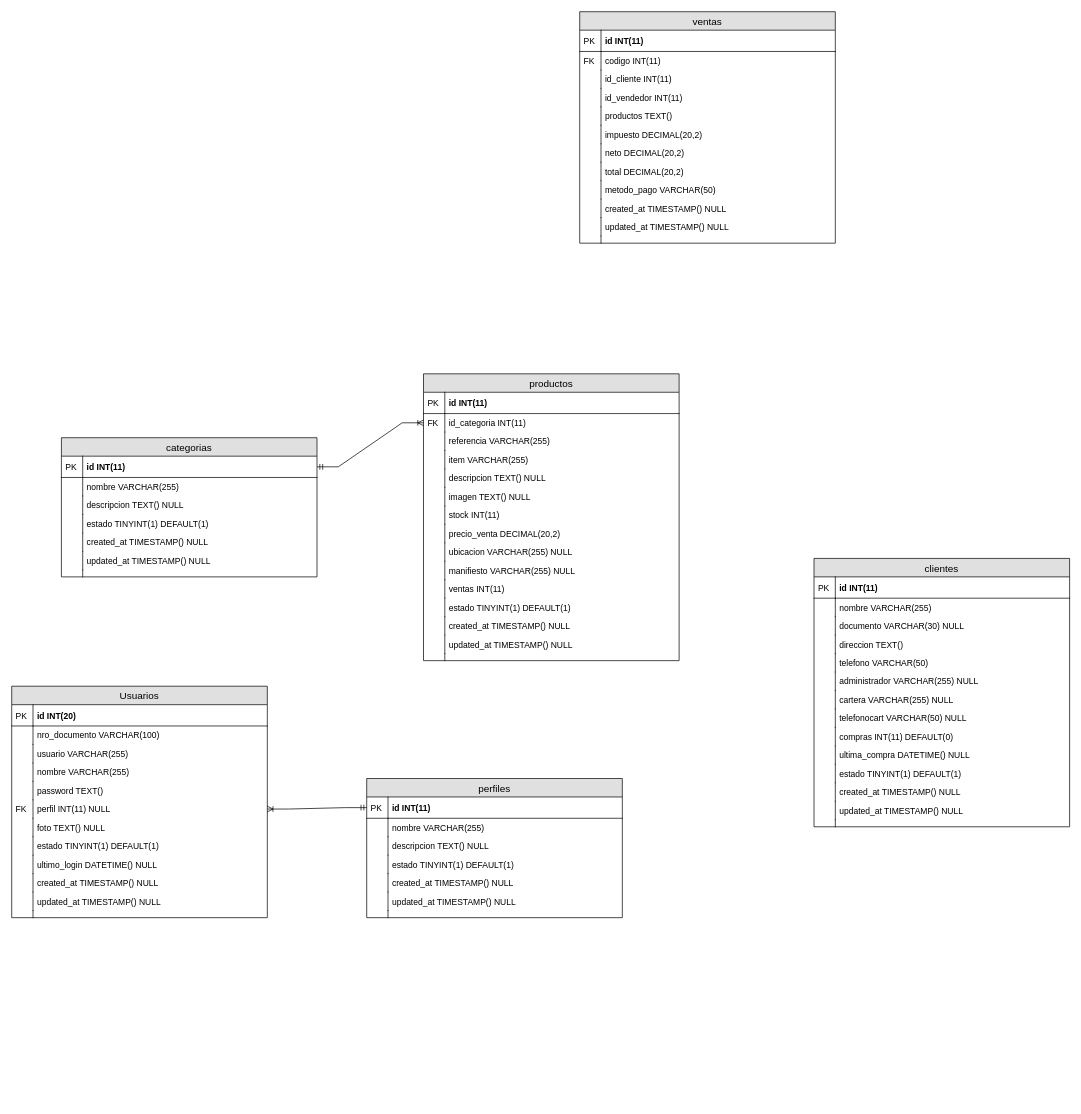
This is assets/db/InventorySystem.drawio from anthourrego/InventorySystem, a draw.io file, before an edit. Source tidied: cells renumbered, new cells numbered last; positions are measured from the earlier drawing's top-left corner, leaving out a move shared by most shapes. Both pictures are drawn from the tidied source at 71%, with x=0, y=0 at pixel (11, 11).
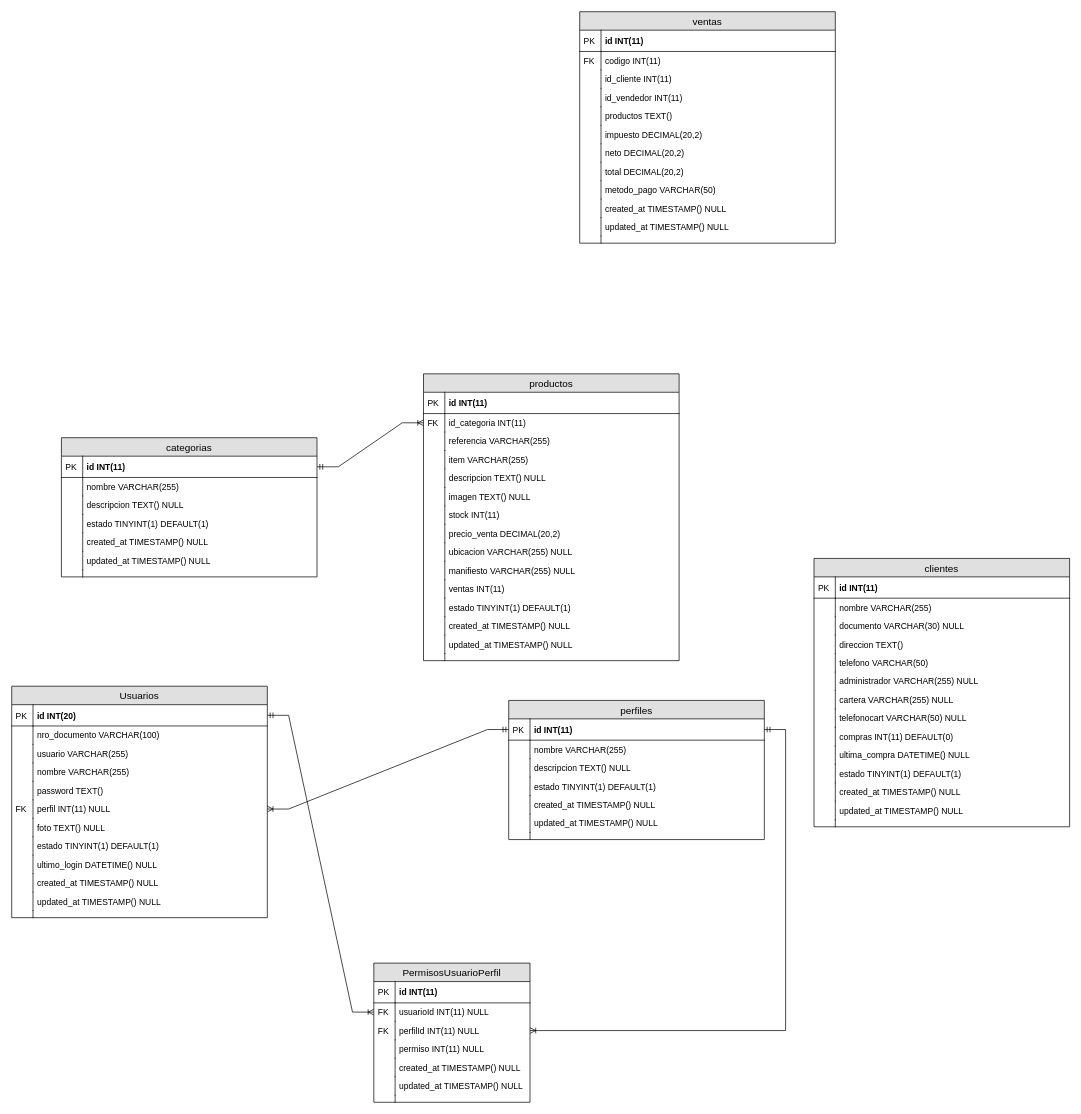
Above is the later version.

Unchanged cells that the change refers to:
```xml
<mxCell id="3" value="id INT(20)" style="shape=partialRectangle;top=0;left=0;right=0;bottom=1;align=left;verticalAlign=middle;fillColor=none;spacingLeft=34;spacingRight=4;overflow=hidden;points=[[0,0.5],[1,0.5]];portConstraint=eastwest;fontStyle=1;fontSize=12;" parent="2" vertex="1">
  <mxGeometry y="26" width="360" height="30" as="geometry" />
</mxCell>
<mxCell id="28" value="id INT(11)" style="shape=partialRectangle;top=0;left=0;right=0;bottom=1;align=left;verticalAlign=middle;fillColor=none;spacingLeft=34;spacingRight=4;overflow=hidden;points=[[0,0.5],[1,0.5]];portConstraint=eastwest;fontStyle=1;fontSize=12;" parent="27" vertex="1">
  <mxGeometry y="26" width="360" height="30" as="geometry" />
</mxCell>
```

Diff of the diagram source:
```diff
@@
     <mxCell id="27" value="perfiles" style="swimlane;fontStyle=0;horizontal=1;startSize=26;fillColor=#e0e0e0;swimlaneFillColor=#ffffff;align=center;fontSize=14;" parent="1" vertex="1">
-      <mxGeometry x="500" y="1080" width="360" height="196" as="geometry" />
+      <mxGeometry x="700" y="970" width="360" height="196" as="geometry" />
     </mxCell>
@@
+    <mxCell id="144" value="PermisosUsuarioPerfil" style="swimlane;fontStyle=0;horizontal=1;startSize=26;fillColor=#e0e0e0;swimlaneFillColor=#ffffff;align=center;fontSize=14;" parent="1" vertex="1">
+      <mxGeometry x="510" y="1340" width="220" height="196" as="geometry" />
+    </mxCell>
+    <mxCell id="145" value="id INT(11)" style="shape=partialRectangle;top=0;left=0;right=0;bottom=1;align=left;verticalAlign=middle;fillColor=none;spacingLeft=34;spacingRight=4;overflow=hidden;fontStyle=1;fontSize=12;" parent="144" vertex="1">
+      <mxGeometry y="26" width="220" height="30" as="geometry" />
+    </mxCell>
+    <mxCell id="146" value="PK" style="shape=partialRectangle;top=0;left=0;bottom=0;fillColor=none;align=left;verticalAlign=middle;spacingLeft=4;spacingRight=4;overflow=hidden;fontSize=12;" parent="145" vertex="1">
+      <mxGeometry width="30" height="30" as="geometry" />
+    </mxCell>
+    <mxCell id="147" value="usuarioId INT(11) NULL" style="shape=partialRectangle;top=0;left=0;right=0;bottom=0;align=left;verticalAlign=top;fillColor=none;spacingLeft=34;spacingRight=4;overflow=hidden;points=[[0,0.5],[1,0.5]];portConstraint=eastwest;fontSize=12;" parent="144" vertex="1">
+      <mxGeometry y="56" width="220" height="26" as="geometry" />
+    </mxCell>
+    <mxCell id="148" value="FK" style="shape=partialRectangle;top=0;left=0;bottom=0;fillColor=none;align=left;verticalAlign=top;spacingLeft=4;spacingRight=4;overflow=hidden;fontSize=12;" parent="147" vertex="1">
+      <mxGeometry width="30" height="26" as="geometry" />
+    </mxCell>
+    <mxCell id="149" value="perfilId INT(11) NULL" style="shape=partialRectangle;top=0;left=0;right=0;bottom=0;align=left;verticalAlign=top;fillColor=none;spacingLeft=34;spacingRight=4;overflow=hidden;points=[[0,0.5],[1,0.5]];portConstraint=eastwest;fontSize=12;" parent="144" vertex="1">
+      <mxGeometry y="82" width="220" height="26" as="geometry" />
+    </mxCell>
+    <mxCell id="150" value="FK" style="shape=partialRectangle;top=0;left=0;bottom=0;fillColor=none;align=left;verticalAlign=top;spacingLeft=4;spacingRight=4;overflow=hidden;fontSize=12;" parent="149" vertex="1">
+      <mxGeometry width="30" height="26" as="geometry" />
+    </mxCell>
+    <mxCell id="151" value="permiso INT(11) NULL" style="shape=partialRectangle;top=0;left=0;right=0;bottom=0;align=left;verticalAlign=top;fillColor=none;spacingLeft=34;spacingRight=4;overflow=hidden;fontSize=12;" parent="144" vertex="1">
+      <mxGeometry y="108" width="220" height="26" as="geometry" />
+    </mxCell>
+    <mxCell id="152" style="shape=partialRectangle;top=0;left=0;bottom=0;fillColor=none;align=left;verticalAlign=top;spacingLeft=4;spacingRight=4;overflow=hidden;fontSize=12;" parent="151" vertex="1">
+      <mxGeometry width="30" height="26" as="geometry" />
+    </mxCell>
+    <mxCell id="153" value="created_at TIMESTAMP() NULL" style="shape=partialRectangle;top=0;left=0;right=0;bottom=0;align=left;verticalAlign=top;fillColor=none;spacingLeft=34;spacingRight=4;overflow=hidden;fontSize=12;" parent="144" vertex="1">
+      <mxGeometry y="134" width="220" height="26" as="geometry" />
+    </mxCell>
+    <mxCell id="154" style="shape=partialRectangle;top=0;left=0;bottom=0;fillColor=none;align=left;verticalAlign=top;spacingLeft=4;spacingRight=4;overflow=hidden;fontSize=12;" parent="153" vertex="1">
+      <mxGeometry width="30" height="26" as="geometry" />
+    </mxCell>
+    <mxCell id="155" value="updated_at TIMESTAMP() NULL" style="shape=partialRectangle;top=0;left=0;right=0;bottom=0;align=left;verticalAlign=top;fillColor=none;spacingLeft=34;spacingRight=4;overflow=hidden;fontSize=12;" parent="144" vertex="1">
+      <mxGeometry y="160" width="220" height="26" as="geometry" />
+    </mxCell>
+    <mxCell id="156" style="shape=partialRectangle;top=0;left=0;bottom=0;fillColor=none;align=left;verticalAlign=top;spacingLeft=4;spacingRight=4;overflow=hidden;fontSize=12;" parent="155" vertex="1">
+      <mxGeometry width="30" height="26" as="geometry" />
+    </mxCell>
+    <mxCell id="157" style="shape=partialRectangle;top=0;left=0;right=0;bottom=0;align=left;verticalAlign=top;fillColor=none;spacingLeft=34;spacingRight=4;overflow=hidden;fontSize=12;" parent="144" vertex="1">
+      <mxGeometry y="186" width="220" height="10" as="geometry" />
+    </mxCell>
+    <mxCell id="158" style="shape=partialRectangle;top=0;left=0;bottom=0;fillColor=none;align=left;verticalAlign=top;spacingLeft=4;spacingRight=4;overflow=hidden;fontSize=12;" parent="157" vertex="1">
+      <mxGeometry width="30" height="10" as="geometry" />
+    </mxCell>
+    <mxCell id="159" style="edgeStyle=entityRelationEdgeStyle;fontSize=12;html=1;endArrow=ERoneToMany;startArrow=ERmandOne;rounded=0;" parent="1" edge="1" source="3" target="147">
+      <mxGeometry relative="1" as="geometry" />
+    </mxCell>
+    <mxCell id="160" style="edgeStyle=entityRelationEdgeStyle;fontSize=12;html=1;endArrow=ERoneToMany;startArrow=ERmandOne;rounded=0;" parent="1" edge="1" source="28" target="149">
+      <mxGeometry relative="1" as="geometry" />
+    </mxCell>
```
